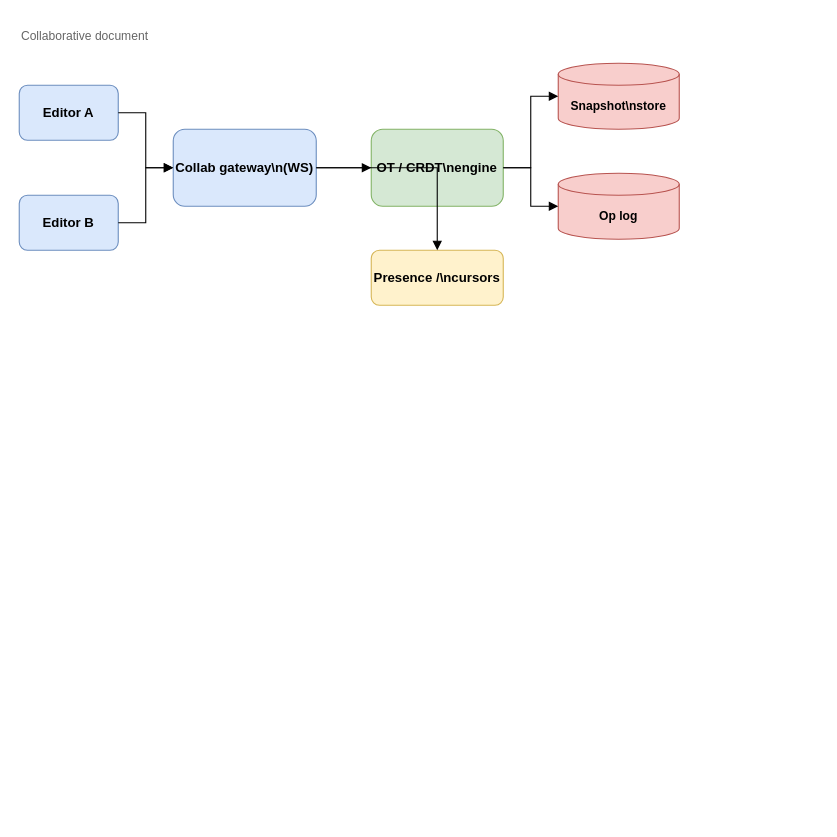
The draw.io diagram diagrams/collab-doc.drawio in yazeedsawalha/system-design, before the edit. Source tidied: cells renumbered, new cells numbered last; positions are measured from the earlier drawing's top-left corner, leaving out a move shared by most shapes. Both pictures are drawn from the tidied source at 110%, with x=0, y=0 at pixel (19, 19).
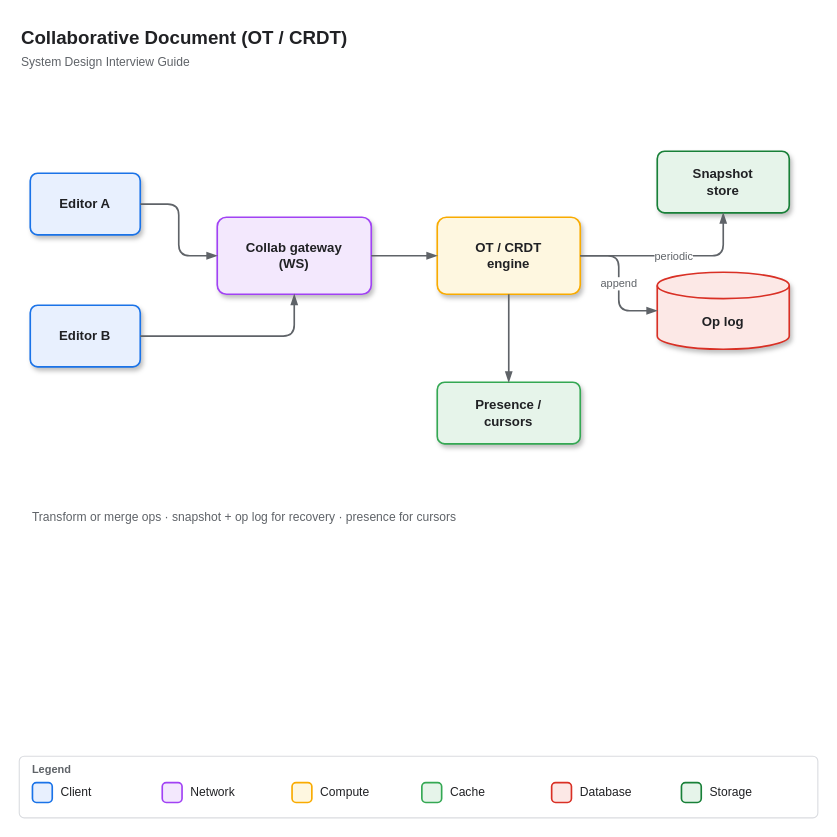
Above is the later version.

What changed in the source:
```diff
@@
-<mxGraphModel>
+<mxGraphModel background="#ffffff">
@@
-    <mxCell id="2" value="Collaborative document" style="text;html=1;strokeColor=none;fillColor=none;align=left;verticalAlign=middle;whiteSpace=wrap;rounded=0;fontSize=11;fontColor=#666666;" parent="1" vertex="1">
-      <mxGeometry width="240" height="30" as="geometry" />
-    </mxCell>
+    <mxCell id="16" value="Collaborative Document (OT / CRDT)" style="text;html=1;strokeColor=none;fillColor=none;align=left;verticalAlign=middle;whiteSpace=wrap;rounded=0;fontSize=17;fontStyle=1;fontFamily=Helvetica;fontColor=#202124;" parent="1" vertex="1">
+      <mxGeometry y="4" width="700" height="28" as="geometry" />
+    </mxCell>
+    <mxCell id="17" value="System Design Interview Guide" style="text;html=1;strokeColor=none;fillColor=none;align=left;verticalAlign=middle;whiteSpace=wrap;rounded=0;fontSize=11;fontFamily=Helvetica;fontColor=#5F6368;" parent="1" vertex="1">
+      <mxGeometry y="30" width="280" height="18" as="geometry" />
+    </mxCell>
-    <mxCell id="3" value="Editor A" style="rounded=1;whiteSpace=wrap;html=1;fillColor=#dae8fc;strokeColor=#6c8ebf;fontStyle=1;fontSize=12;" parent="1" vertex="1">
-      <mxGeometry y="60" width="90" height="50" as="geometry" />
+    <mxCell id="3" value="Editor A" style="rounded=1;whiteSpace=wrap;html=1;arcSize=12;fillColor=#E8F0FE;strokeColor=#1A73E8;strokeWidth=1.5;fontStyle=1;fontSize=12;fontFamily=Helvetica;fontColor=#202124;shadow=1;" parent="1" vertex="1">
+      <mxGeometry x="10" y="140" width="100" height="56" as="geometry" />
     </mxCell>
-    <mxCell id="4" value="Editor B" style="rounded=1;whiteSpace=wrap;html=1;fillColor=#dae8fc;strokeColor=#6c8ebf;fontStyle=1;fontSize=12;" parent="1" vertex="1">
-      <mxGeometry y="160" width="90" height="50" as="geometry" />
+    <mxCell id="4" value="Editor B" style="rounded=1;whiteSpace=wrap;html=1;arcSize=12;fillColor=#E8F0FE;strokeColor=#1A73E8;strokeWidth=1.5;fontStyle=1;fontSize=12;fontFamily=Helvetica;fontColor=#202124;shadow=1;" parent="1" vertex="1">
+      <mxGeometry x="10" y="260" width="100" height="56" as="geometry" />
     </mxCell>
-    <mxCell id="5" value="Collab gateway\n(WS)" style="rounded=1;whiteSpace=wrap;html=1;fillColor=#dae8fc;strokeColor=#6c8ebf;fontStyle=1;fontSize=12;" parent="1" vertex="1">
-      <mxGeometry x="140" y="100" width="130" height="70" as="geometry" />
-    </mxCell>
-    <mxCell id="6" value="OT / CRDT\nengine" style="rounded=1;whiteSpace=wrap;html=1;fillColor=#d5e8d4;strokeColor=#82b366;fontStyle=1;fontSize=12;" parent="1" vertex="1">
-      <mxGeometry x="320" y="100" width="120" height="70" as="geometry" />
-    </mxCell>
-    <mxCell id="7" value="Snapshot\nstore" style="shape=cylinder3;whiteSpace=wrap;html=1;boundedLbl=1;backgroundOutline=1;size=10;fillColor=#f8cecc;strokeColor=#b85450;fontStyle=1;fontSize=11;" parent="1" vertex="1">
-      <mxGeometry x="490" y="40" width="110" height="60" as="geometry" />
-    </mxCell>
+    <mxCell id="18" value="Collab gateway&#10;(WS)" style="rounded=1;whiteSpace=wrap;html=1;arcSize=12;fillColor=#F3E8FD;strokeColor=#A142F4;strokeWidth=1.5;fontStyle=1;fontSize=12;fontFamily=Helvetica;fontColor=#202124;shadow=1;" parent="1" vertex="1">
+      <mxGeometry x="180" y="180" width="140" height="70" as="geometry" />
+    </mxCell>
+    <mxCell id="19" value="OT / CRDT&#10;engine" style="rounded=1;whiteSpace=wrap;html=1;arcSize=12;fillColor=#FEF7E0;strokeColor=#F9AB00;strokeWidth=1.5;fontStyle=1;fontSize=12;fontFamily=Helvetica;fontColor=#202124;shadow=1;" parent="1" vertex="1">
+      <mxGeometry x="380" y="180" width="130" height="70" as="geometry" />
+    </mxCell>
+    <mxCell id="20" value="Snapshot&#10;store" style="rounded=1;whiteSpace=wrap;html=1;arcSize=12;fillColor=#E6F4EA;strokeColor=#188038;strokeWidth=1.5;fontStyle=1;fontSize=12;fontFamily=Helvetica;fontColor=#202124;shadow=1;" parent="1" vertex="1">
+      <mxGeometry x="580" y="120" width="120" height="56" as="geometry" />
+    </mxCell>
-    <mxCell id="8" value="Op log" style="shape=cylinder3;whiteSpace=wrap;html=1;boundedLbl=1;backgroundOutline=1;size=10;fillColor=#f8cecc;strokeColor=#b85450;fontStyle=1;fontSize=11;" parent="1" vertex="1">
-      <mxGeometry x="490" y="140" width="110" height="60" as="geometry" />
+    <mxCell id="8" value="Op log" style="shape=cylinder3;whiteSpace=wrap;html=1;boundedLbl=1;backgroundOutline=1;size=12;fillColor=#FCE8E6;strokeColor=#D93025;strokeWidth=1.5;fontStyle=1;fontSize=12;fontFamily=Helvetica;fontColor=#202124;shadow=1;" parent="1" vertex="1">
+      <mxGeometry x="580" y="230" width="120" height="70" as="geometry" />
     </mxCell>
-    <mxCell id="9" value="Presence /\ncursors" style="rounded=1;whiteSpace=wrap;html=1;fillColor=#fff2cc;strokeColor=#d6b656;fontStyle=1;fontSize=12;" parent="1" vertex="1">
-      <mxGeometry x="320" y="210" width="120" height="50" as="geometry" />
-    </mxCell>
-    <mxCell id="10" style="edgeStyle=orthogonalEdgeStyle;rounded=0;jettySize=auto;html=1;endArrow=block;endFill=1;" parent="1" edge="1" source="3" target="5">
-      <mxGeometry relative="1" as="geometry" />
-    </mxCell>
-    <mxCell id="11" style="edgeStyle=orthogonalEdgeStyle;rounded=0;jettySize=auto;html=1;endArrow=block;endFill=1;" parent="1" edge="1" source="4" target="5">
-      <mxGeometry relative="1" as="geometry" />
-    </mxCell>
-    <mxCell id="12" style="edgeStyle=orthogonalEdgeStyle;rounded=0;jettySize=auto;html=1;endArrow=block;endFill=1;" parent="1" edge="1" source="5" target="6">
-      <mxGeometry relative="1" as="geometry" />
-    </mxCell>
-    <mxCell id="13" style="edgeStyle=orthogonalEdgeStyle;rounded=0;jettySize=auto;html=1;endArrow=block;endFill=1;" parent="1" edge="1" source="6" target="7">
-      <mxGeometry relative="1" as="geometry" />
-    </mxCell>
-    <mxCell id="14" style="edgeStyle=orthogonalEdgeStyle;rounded=0;jettySize=auto;html=1;endArrow=block;endFill=1;" parent="1" edge="1" source="6" target="8">
-      <mxGeometry relative="1" as="geometry" />
-    </mxCell>
-    <mxCell id="15" style="edgeStyle=orthogonalEdgeStyle;rounded=0;jettySize=auto;html=1;endArrow=block;endFill=1;" parent="1" edge="1" source="5" target="9">
-      <mxGeometry relative="1" as="geometry" />
-    </mxCell>
+    <mxCell id="21" value="Presence /&#10;cursors" style="rounded=1;whiteSpace=wrap;html=1;arcSize=12;fillColor=#E6F4EA;strokeColor=#34A853;strokeWidth=1.5;fontStyle=1;fontSize=12;fontFamily=Helvetica;fontColor=#202124;shadow=1;" parent="1" vertex="1">
+      <mxGeometry x="380" y="330" width="130" height="56" as="geometry" />
+    </mxCell>
+    <mxCell id="22" style="edgeStyle=orthogonalEdgeStyle;rounded=1;jettySize=auto;html=1;endArrow=blockThin;endFill=1;strokeWidth=1.5;strokeColor=#5F6368;fontFamily=Helvetica;fontSize=10;fontColor=#5F6368;" parent="1" edge="1" source="3" target="18">
+      <mxGeometry relative="1" as="geometry" />
+    </mxCell>
+    <mxCell id="23" style="edgeStyle=orthogonalEdgeStyle;rounded=1;jettySize=auto;html=1;endArrow=blockThin;endFill=1;strokeWidth=1.5;strokeColor=#5F6368;fontFamily=Helvetica;fontSize=10;fontColor=#5F6368;" parent="1" edge="1" source="4" target="18">
+      <mxGeometry relative="1" as="geometry" />
+    </mxCell>
+    <mxCell id="24" style="edgeStyle=orthogonalEdgeStyle;rounded=1;jettySize=auto;html=1;endArrow=blockThin;endFill=1;strokeWidth=1.5;strokeColor=#5F6368;fontFamily=Helvetica;fontSize=10;fontColor=#5F6368;" parent="1" edge="1" source="18" target="19">
+      <mxGeometry relative="1" as="geometry" />
+    </mxCell>
+    <mxCell id="25" value="periodic" style="edgeStyle=orthogonalEdgeStyle;rounded=1;jettySize=auto;html=1;endArrow=blockThin;endFill=1;strokeWidth=1.5;strokeColor=#5F6368;fontFamily=Helvetica;fontSize=10;fontColor=#5F6368;" parent="1" edge="1" source="19" target="20">
+      <mxGeometry relative="1" as="geometry" />
+    </mxCell>
+    <mxCell id="26" value="append" style="edgeStyle=orthogonalEdgeStyle;rounded=1;jettySize=auto;html=1;endArrow=blockThin;endFill=1;strokeWidth=1.5;strokeColor=#5F6368;fontFamily=Helvetica;fontSize=10;fontColor=#5F6368;" parent="1" edge="1" source="19" target="8">
+      <mxGeometry relative="1" as="geometry" />
+    </mxCell>
+    <mxCell id="27" style="edgeStyle=orthogonalEdgeStyle;rounded=1;jettySize=auto;html=1;endArrow=blockThin;endFill=1;strokeWidth=1.5;strokeColor=#5F6368;fontFamily=Helvetica;fontSize=10;fontColor=#5F6368;" parent="1" edge="1" source="19" target="21">
+      <mxGeometry relative="1" as="geometry" />
+    </mxCell>
+    <mxCell id="28" value="Transform or merge ops · snapshot + op log for recovery · presence for cursors" style="text;html=1;strokeColor=none;fillColor=none;align=left;verticalAlign=top;whiteSpace=wrap;rounded=0;fontSize=11;fontFamily=Helvetica;fontColor=#5F6368;" parent="1" vertex="1">
+      <mxGeometry x="10" y="440" width="560" height="40" as="geometry" />
+    </mxCell>
+    <mxCell id="29" style="rounded=1;whiteSpace=wrap;html=1;arcSize=8;fillColor=#FFFFFF;strokeColor=#DADCE0;strokeWidth=1;shadow=0;" parent="1" vertex="1">
+      <mxGeometry y="670" width="726" height="56" as="geometry" />
+    </mxCell>
+    <mxCell id="30" value="Legend" style="text;html=1;strokeColor=none;fillColor=none;align=left;verticalAlign=middle;fontSize=10;fontStyle=1;fontFamily=Helvetica;fontColor=#5F6368;" parent="1" vertex="1">
+      <mxGeometry x="10" y="674" width="60" height="16" as="geometry" />
+    </mxCell>
+    <mxCell id="31" style="rounded=1;whiteSpace=wrap;html=1;arcSize=20;fillColor=#E8F0FE;strokeColor=#1A73E8;strokeWidth=1.5;" parent="1" vertex="1">
+      <mxGeometry x="12" y="694" width="18" height="18" as="geometry" />
+    </mxCell>
+    <mxCell id="32" value="Client" style="text;html=1;strokeColor=none;fillColor=none;align=left;verticalAlign=middle;fontSize=11;fontFamily=Helvetica;fontColor=#202124;" parent="1" vertex="1">
+      <mxGeometry x="36" y="692" width="90" height="22" as="geometry" />
+    </mxCell>
+    <mxCell id="33" style="rounded=1;whiteSpace=wrap;html=1;arcSize=20;fillColor=#F3E8FD;strokeColor=#A142F4;strokeWidth=1.5;" parent="1" vertex="1">
+      <mxGeometry x="130" y="694" width="18" height="18" as="geometry" />
+    </mxCell>
+    <mxCell id="34" value="Network" style="text;html=1;strokeColor=none;fillColor=none;align=left;verticalAlign=middle;fontSize=11;fontFamily=Helvetica;fontColor=#202124;" parent="1" vertex="1">
+      <mxGeometry x="154" y="692" width="90" height="22" as="geometry" />
+    </mxCell>
+    <mxCell id="35" style="rounded=1;whiteSpace=wrap;html=1;arcSize=20;fillColor=#FEF7E0;strokeColor=#F9AB00;strokeWidth=1.5;" parent="1" vertex="1">
+      <mxGeometry x="248" y="694" width="18" height="18" as="geometry" />
+    </mxCell>
+    <mxCell id="36" value="Compute" style="text;html=1;strokeColor=none;fillColor=none;align=left;verticalAlign=middle;fontSize=11;fontFamily=Helvetica;fontColor=#202124;" parent="1" vertex="1">
+      <mxGeometry x="272" y="692" width="90" height="22" as="geometry" />
+    </mxCell>
+    <mxCell id="37" style="rounded=1;whiteSpace=wrap;html=1;arcSize=20;fillColor=#E6F4EA;strokeColor=#34A853;strokeWidth=1.5;" parent="1" vertex="1">
+      <mxGeometry x="366" y="694" width="18" height="18" as="geometry" />
+    </mxCell>
+    <mxCell id="38" value="Cache" style="text;html=1;strokeColor=none;fillColor=none;align=left;verticalAlign=middle;fontSize=11;fontFamily=Helvetica;fontColor=#202124;" parent="1" vertex="1">
+      <mxGeometry x="390" y="692" width="90" height="22" as="geometry" />
+    </mxCell>
+    <mxCell id="39" style="rounded=1;whiteSpace=wrap;html=1;arcSize=20;fillColor=#FCE8E6;strokeColor=#D93025;strokeWidth=1.5;" parent="1" vertex="1">
+      <mxGeometry x="484" y="694" width="18" height="18" as="geometry" />
+    </mxCell>
+    <mxCell id="40" value="Database" style="text;html=1;strokeColor=none;fillColor=none;align=left;verticalAlign=middle;fontSize=11;fontFamily=Helvetica;fontColor=#202124;" parent="1" vertex="1">
+      <mxGeometry x="508" y="692" width="90" height="22" as="geometry" />
+    </mxCell>
+    <mxCell id="41" style="rounded=1;whiteSpace=wrap;html=1;arcSize=20;fillColor=#E6F4EA;strokeColor=#188038;strokeWidth=1.5;" parent="1" vertex="1">
+      <mxGeometry x="602" y="694" width="18" height="18" as="geometry" />
+    </mxCell>
+    <mxCell id="42" value="Storage" style="text;html=1;strokeColor=none;fillColor=none;align=left;verticalAlign=middle;fontSize=11;fontFamily=Helvetica;fontColor=#202124;" parent="1" vertex="1">
+      <mxGeometry x="626" y="692" width="90" height="22" as="geometry" />
+    </mxCell>
```
